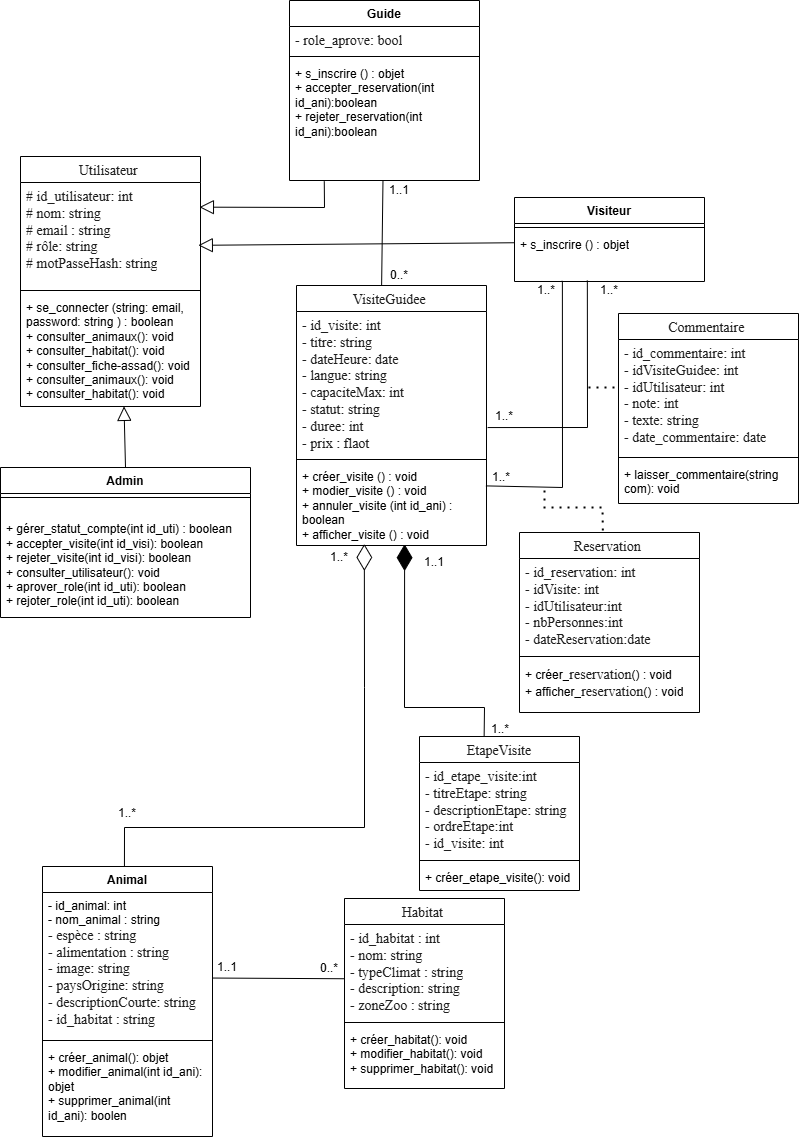
The draw.io diagram Modilisation/Diagramm_de_classe.png in AZIZABADA10/ASSAD_V.0.0.2, before a commit. Source tidied: cells renumbered, new cells last; positions are measured from the earlier drawing's top-left corner, leaving out a move shared by most shapes.
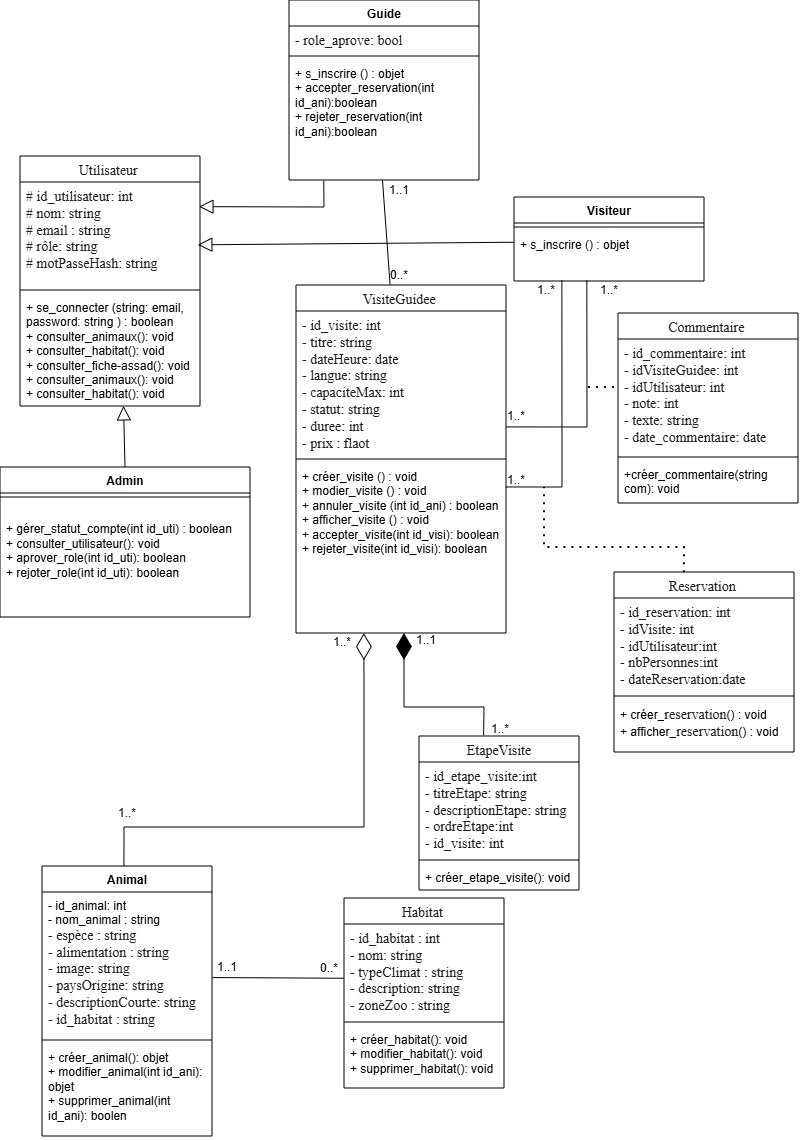
Above is the later version.

Commit message:
feat: creation du diagramme de classe

The edit, as a diff of the source:
```diff
@@ -13,7 +13,7 @@
     </mxCell>
-    <mxCell id="5" value="+ laisser_commentaire(string com): void" style="text;strokeColor=none;fillColor=none;align=left;verticalAlign=top;spacingLeft=4;spacingRight=4;overflow=hidden;whiteSpace=wrap;html=1;" parent="2" vertex="1">
-      <mxGeometry y="148" width="180" height="42" as="geometry" />
-    </mxCell>
+    <mxCell id="63" value="+créer_commentaire(string com): void" style="text;strokeColor=none;fillColor=none;align=left;verticalAlign=top;spacingLeft=4;spacingRight=4;overflow=hidden;whiteSpace=wrap;html=1;" parent="2" vertex="1">
+      <mxGeometry y="148" width="180" height="42" as="geometry" />
+    </mxCell>
     <mxCell id="6" value="&lt;span style=&quot;color: rgba(0, 0, 0, 0.88); font-family: &amp;quot;Nunito Sans&amp;quot;, &amp;quot;sans-serif&amp;quot;; font-size: 14px; font-weight: 400; text-align: start; background-color: rgb(255, 255, 255);&quot;&gt;Reservation&amp;nbsp;&lt;/span&gt;" style="swimlane;fontStyle=1;align=center;verticalAlign=top;horizontal=1;startSize=26;whiteSpace=wrap;html=1;" parent="1" vertex="1">
-      <mxGeometry x="519" y="532" width="180" height="180" as="geometry" />
+      <mxGeometry x="614" y="572" width="180" height="180" as="geometry" />
     </mxCell>
@@ -29,13 +29,13 @@
     <mxCell id="10" value="&lt;span style=&quot;color: rgba(0, 0, 0, 0.88); font-family: &amp;quot;Nunito Sans&amp;quot;, &amp;quot;sans-serif&amp;quot;; font-size: 14px; font-weight: 400; text-align: start; background-color: rgb(255, 255, 255);&quot;&gt;VisiteGuidee&amp;nbsp;&lt;/span&gt;" style="swimlane;fontStyle=1;align=center;verticalAlign=top;horizontal=1;startSize=26;whiteSpace=wrap;html=1;" parent="1" vertex="1">
-      <mxGeometry x="296" y="285" width="190" height="260" as="geometry" />
+      <mxGeometry x="296" y="285" width="210" height="348" as="geometry" />
     </mxCell>
     <mxCell id="11" value="&lt;span style=&quot;color: rgba(0, 0, 0, 0.88); font-family: &amp;quot;Nunito Sans&amp;quot;, &amp;quot;sans-serif&amp;quot;; font-size: 14px; background-color: rgb(255, 255, 255);&quot;&gt;- id_visite: int&lt;br&gt;- titre: string&lt;br&gt;- dateHeure: date&lt;br&gt;&lt;/span&gt;&lt;span style=&quot;background-color: rgb(255, 255, 255); color: rgba(0, 0, 0, 0.88); font-family: &amp;quot;Nunito Sans&amp;quot;, &amp;quot;sans-serif&amp;quot;; font-size: 14px;&quot;&gt;- langue: string&lt;br&gt;- capaciteMax: int&lt;br&gt;- statut: string&lt;br&gt;- duree: int&lt;br&gt;- prix : flaot&lt;/span&gt;" style="text;strokeColor=none;fillColor=none;align=left;verticalAlign=top;spacingLeft=4;spacingRight=4;overflow=hidden;points=[[0,0.5],[1,0.5]];portConstraint=eastwest;whiteSpace=wrap;html=1;" parent="10" vertex="1">
-      <mxGeometry y="26" width="190" height="144" as="geometry" />
+      <mxGeometry y="26" width="210" height="144" as="geometry" />
     </mxCell>
-    <mxCell id="12" style="line;strokeWidth=1;fillColor=none;align=left;verticalAlign=middle;spacingTop=-1;spacingLeft=3;spacingRight=3;labelPosition=right;strokeColor=inherit;" parent="10" vertex="1">
-      <mxGeometry y="170" width="190" height="8" as="geometry" />
-    </mxCell>
-    <mxCell id="13" value="+ créer_visite () : void&lt;div&gt;+ modier_visite () : void&lt;div&gt;&lt;/div&gt;&lt;div&gt;&lt;div&gt;+ annuler_visite (&lt;span style=&quot;background-color: transparent; color: light-dark(rgb(0, 0, 0), rgb(255, 255, 255));&quot;&gt;int id_ani&lt;/span&gt;&lt;span style=&quot;background-color: transparent; color: light-dark(rgb(0, 0, 0), rgb(255, 255, 255));&quot;&gt;) : boolean&lt;/span&gt;&lt;/div&gt;&lt;div&gt;&lt;div&gt;&lt;/div&gt;&lt;/div&gt;&lt;div&gt;&lt;span style=&quot;background-color: transparent; color: light-dark(rgb(0, 0, 0), rgb(255, 255, 255));&quot;&gt;+ afficher_visite () : void&lt;/span&gt;&lt;/div&gt;&lt;div&gt;&lt;div&gt;&lt;br&gt;&lt;/div&gt;&lt;/div&gt;&lt;/div&gt;&lt;div&gt;&lt;div&gt;&lt;/div&gt;&lt;/div&gt;&lt;/div&gt;" style="text;strokeColor=none;fillColor=none;align=left;verticalAlign=top;spacingLeft=4;spacingRight=4;overflow=hidden;points=[[0,0.5],[1,0.5]];portConstraint=eastwest;whiteSpace=wrap;html=1;" parent="10" vertex="1">
-      <mxGeometry y="178" width="190" height="82" as="geometry" />
-    </mxCell>
+    <mxCell id="64" style="line;strokeWidth=1;fillColor=none;align=left;verticalAlign=middle;spacingTop=-1;spacingLeft=3;spacingRight=3;labelPosition=right;strokeColor=inherit;" parent="10" vertex="1">
+      <mxGeometry y="170" width="210" height="8" as="geometry" />
+    </mxCell>
+    <mxCell id="65" value="+ créer_visite () : void&lt;div&gt;+ modier_visite () : void&lt;div&gt;&lt;/div&gt;&lt;div&gt;&lt;div&gt;+ annuler_visite (&lt;span style=&quot;background-color: transparent; color: light-dark(rgb(0, 0, 0), rgb(255, 255, 255));&quot;&gt;int id_ani&lt;/span&gt;&lt;span style=&quot;background-color: transparent; color: light-dark(rgb(0, 0, 0), rgb(255, 255, 255));&quot;&gt;) : boolean&lt;/span&gt;&lt;/div&gt;&lt;div&gt;&lt;div&gt;&lt;/div&gt;&lt;/div&gt;&lt;div&gt;&lt;span style=&quot;background-color: transparent; color: light-dark(rgb(0, 0, 0), rgb(255, 255, 255));&quot;&gt;+ afficher_visite () : void&lt;/span&gt;&lt;/div&gt;&lt;div&gt;&lt;div&gt;+ accepter_visite(&lt;span style=&quot;background-color: transparent; color: light-dark(rgb(0, 0, 0), rgb(255, 255, 255));&quot;&gt;int id_visi&lt;/span&gt;&lt;span style=&quot;background-color: transparent; color: light-dark(rgb(0, 0, 0), rgb(255, 255, 255));&quot;&gt;): boolean&lt;/span&gt;&lt;/div&gt;&lt;div&gt;+ rejeter_visite(&lt;span style=&quot;background-color: transparent; color: light-dark(rgb(0, 0, 0), rgb(255, 255, 255));&quot;&gt;int id_visi&lt;/span&gt;&lt;span style=&quot;background-color: transparent; color: light-dark(rgb(0, 0, 0), rgb(255, 255, 255));&quot;&gt;):&amp;nbsp;&lt;/span&gt;&lt;span style=&quot;background-color: transparent; color: light-dark(rgb(0, 0, 0), rgb(255, 255, 255));&quot;&gt;boolean&lt;/span&gt;&lt;/div&gt;&lt;/div&gt;&lt;div&gt;&lt;div&gt;&lt;br&gt;&lt;/div&gt;&lt;/div&gt;&lt;/div&gt;&lt;div&gt;&lt;div&gt;&lt;/div&gt;&lt;/div&gt;&lt;/div&gt;" style="text;strokeColor=none;fillColor=none;align=left;verticalAlign=top;spacingLeft=4;spacingRight=4;overflow=hidden;points=[[0,0.5],[1,0.5]];portConstraint=eastwest;whiteSpace=wrap;html=1;" parent="10" vertex="1">
+      <mxGeometry y="178" width="210" height="170" as="geometry" />
+    </mxCell>
     <mxCell id="14" value="&lt;span style=&quot;color: rgba(0, 0, 0, 0.88); font-family: &amp;quot;Nunito Sans&amp;quot;, &amp;quot;sans-serif&amp;quot;; font-size: 14px; font-weight: 400; text-align: start; background-color: rgb(255, 255, 255);&quot;&gt;EtapeVisite&lt;/span&gt;" style="swimlane;fontStyle=1;align=center;verticalAlign=top;horizontal=1;startSize=26;whiteSpace=wrap;html=1;" parent="1" vertex="1">
@@ -46,5 +46,5 @@
     </mxCell>
-    <mxCell id="16" style="line;strokeWidth=1;fillColor=none;align=left;verticalAlign=middle;spacingTop=-1;spacingLeft=3;spacingRight=3;labelPosition=right;strokeColor=inherit;" parent="14" vertex="1">
-      <mxGeometry y="120" width="160" height="8" as="geometry" />
-    </mxCell>
+    <mxCell id="66" style="line;strokeWidth=1;fillColor=none;align=left;verticalAlign=middle;spacingTop=-1;spacingLeft=3;spacingRight=3;labelPosition=right;strokeColor=inherit;" parent="14" vertex="1">
+      <mxGeometry y="120" width="160" height="8" as="geometry" />
+    </mxCell>
     <mxCell id="17" value="&lt;div&gt;+ créer_etape_visite(): void&lt;/div&gt;&lt;div&gt;&lt;br&gt;&lt;/div&gt;" style="text;strokeColor=none;fillColor=none;align=left;verticalAlign=top;spacingLeft=4;spacingRight=4;overflow=hidden;whiteSpace=wrap;html=1;" parent="14" vertex="1">
@@ -70,5 +70,5 @@
     </mxCell>
-    <mxCell id="24" value="&lt;div&gt;&lt;br&gt;&lt;/div&gt;&lt;div&gt;+ gérer_statut_compte(&lt;span style=&quot;background-color: transparent; color: light-dark(rgb(0, 0, 0), rgb(255, 255, 255));&quot;&gt;int id_uti&lt;/span&gt;&lt;span style=&quot;background-color: transparent; color: light-dark(rgb(0, 0, 0), rgb(255, 255, 255));&quot;&gt;) : boolean&lt;/span&gt;&lt;/div&gt;&lt;div&gt;&lt;div&gt;&lt;div&gt;+ accepter_visite(&lt;span style=&quot;background-color: transparent; color: light-dark(rgb(0, 0, 0), rgb(255, 255, 255));&quot;&gt;int id_visi&lt;/span&gt;&lt;span style=&quot;background-color: transparent; color: light-dark(rgb(0, 0, 0), rgb(255, 255, 255));&quot;&gt;): boolean&lt;/span&gt;&lt;/div&gt;&lt;/div&gt;&lt;div&gt;&lt;div&gt;+ rejeter_visite(&lt;span style=&quot;background-color: transparent; color: light-dark(rgb(0, 0, 0), rgb(255, 255, 255));&quot;&gt;int id_visi&lt;/span&gt;&lt;span style=&quot;background-color: transparent; color: light-dark(rgb(0, 0, 0), rgb(255, 255, 255));&quot;&gt;):&amp;nbsp;&lt;/span&gt;&lt;span style=&quot;background-color: transparent; color: light-dark(rgb(0, 0, 0), rgb(255, 255, 255));&quot;&gt;boolean&lt;/span&gt;&lt;/div&gt;&lt;div&gt;+ consulter_utilisateur(): void&lt;br&gt;&lt;span style=&quot;background-color: transparent; color: light-dark(rgb(0, 0, 0), rgb(255, 255, 255));&quot;&gt;+ aprover_role(&lt;/span&gt;&lt;span style=&quot;background-color: transparent; color: light-dark(rgb(0, 0, 0), rgb(255, 255, 255));&quot;&gt;int id_uti&lt;/span&gt;&lt;span style=&quot;background-color: transparent; color: light-dark(rgb(0, 0, 0), rgb(255, 255, 255));&quot;&gt;):&amp;nbsp;&lt;/span&gt;&lt;span style=&quot;background-color: transparent; color: light-dark(rgb(0, 0, 0), rgb(255, 255, 255));&quot;&gt;boolean&lt;/span&gt;&lt;/div&gt;&lt;div&gt;&lt;span style=&quot;background-color: transparent; color: light-dark(rgb(0, 0, 0), rgb(255, 255, 255));&quot;&gt;+ rejoter_role(&lt;/span&gt;&lt;span style=&quot;background-color: transparent; color: light-dark(rgb(0, 0, 0), rgb(255, 255, 255));&quot;&gt;int id_uti&lt;/span&gt;&lt;span style=&quot;background-color: transparent; color: light-dark(rgb(0, 0, 0), rgb(255, 255, 255));&quot;&gt;):&amp;nbsp;&lt;/span&gt;&lt;span style=&quot;background-color: transparent; color: light-dark(rgb(0, 0, 0), rgb(255, 255, 255));&quot;&gt;boolean&lt;/span&gt;&lt;/div&gt;&lt;/div&gt;&lt;/div&gt;" style="text;strokeColor=none;fillColor=none;align=left;verticalAlign=top;spacingLeft=4;spacingRight=4;overflow=hidden;whiteSpace=wrap;html=1;" parent="22" vertex="1">
-      <mxGeometry y="34" width="250" height="116" as="geometry" />
-    </mxCell>
+    <mxCell id="67" value="&lt;div&gt;&lt;br&gt;&lt;/div&gt;&lt;div&gt;+ gérer_statut_compte(&lt;span style=&quot;background-color: transparent; color: light-dark(rgb(0, 0, 0), rgb(255, 255, 255));&quot;&gt;int id_uti&lt;/span&gt;&lt;span style=&quot;background-color: transparent; color: light-dark(rgb(0, 0, 0), rgb(255, 255, 255));&quot;&gt;) : boolean&lt;/span&gt;&lt;/div&gt;&lt;div&gt;&lt;div&gt;&lt;div&gt;+ consulter_utilisateur(): void&lt;br&gt;&lt;span style=&quot;background-color: transparent; color: light-dark(rgb(0, 0, 0), rgb(255, 255, 255));&quot;&gt;+ aprover_role(&lt;/span&gt;&lt;span style=&quot;background-color: transparent; color: light-dark(rgb(0, 0, 0), rgb(255, 255, 255));&quot;&gt;int id_uti&lt;/span&gt;&lt;span style=&quot;background-color: transparent; color: light-dark(rgb(0, 0, 0), rgb(255, 255, 255));&quot;&gt;):&amp;nbsp;&lt;/span&gt;&lt;span style=&quot;background-color: transparent; color: light-dark(rgb(0, 0, 0), rgb(255, 255, 255));&quot;&gt;boolean&lt;/span&gt;&lt;/div&gt;&lt;div&gt;&lt;span style=&quot;background-color: transparent; color: light-dark(rgb(0, 0, 0), rgb(255, 255, 255));&quot;&gt;+ rejoter_role(&lt;/span&gt;&lt;span style=&quot;background-color: transparent; color: light-dark(rgb(0, 0, 0), rgb(255, 255, 255));&quot;&gt;int id_uti&lt;/span&gt;&lt;span style=&quot;background-color: transparent; color: light-dark(rgb(0, 0, 0), rgb(255, 255, 255));&quot;&gt;):&amp;nbsp;&lt;/span&gt;&lt;span style=&quot;background-color: transparent; color: light-dark(rgb(0, 0, 0), rgb(255, 255, 255));&quot;&gt;boolean&lt;/span&gt;&lt;/div&gt;&lt;/div&gt;&lt;/div&gt;" style="text;strokeColor=none;fillColor=none;align=left;verticalAlign=top;spacingLeft=4;spacingRight=4;overflow=hidden;whiteSpace=wrap;html=1;" parent="22" vertex="1">
+      <mxGeometry y="34" width="250" height="116" as="geometry" />
+    </mxCell>
     <mxCell id="25" value="Guide" style="swimlane;fontStyle=1;align=center;verticalAlign=top;horizontal=1;startSize=26;whiteSpace=wrap;html=1;" parent="1" vertex="1">
@@ -119,9 +119,9 @@
     </mxCell>
-    <mxCell id="39" style="endArrow=none;html=1;rounded=0;entryX=0.252;entryY=0.987;entryDx=0;entryDy=0;exitX=0.997;exitY=0.273;exitDx=0;exitDy=0;entryPerimeter=0;exitPerimeter=0;" parent="1" edge="1" source="13" target="31">
-      <mxGeometry relative="1" as="geometry">
-        <Array as="points">
-          <mxPoint x="562" y="487" />
-        </Array>
-      </mxGeometry>
-    </mxCell>
+    <mxCell id="68" style="endArrow=none;html=1;rounded=0;entryX=0.252;entryY=0.987;entryDx=0;entryDy=0;entryPerimeter=0;exitX=0.999;exitY=0.141;exitDx=0;exitDy=0;exitPerimeter=0;" parent="1" edge="1" source="65" target="31">
+      <mxGeometry relative="1" as="geometry">
+        <Array as="points">
+          <mxPoint x="562" y="487" />
+        </Array>
+      </mxGeometry>
+    </mxCell>
     <mxCell id="40" style="endArrow=none;html=1;rounded=0;entryX=-0.001;entryY=0.577;entryDx=0;entryDy=0;exitX=1.002;exitY=0.594;exitDx=0;exitDy=0;exitPerimeter=0;entryPerimeter=0;" parent="1" edge="1" source="51" target="55">
@@ -135,19 +135,20 @@
     </mxCell>
-    <mxCell id="43" style="endArrow=diamondThin;endFill=1;endSize=24;html=1;rounded=0;entryX=0.569;entryY=0.984;entryDx=0;entryDy=0;exitX=0.404;exitY=-0.005;exitDx=0;exitDy=0;exitPerimeter=0;entryPerimeter=0;" parent="1" edge="1" source="14" target="13">
-      <mxGeometry relative="1" as="geometry">
-        <Array as="points">
-          <mxPoint x="484" y="707" />
-          <mxPoint x="404" y="707" />
-        </Array>
-      </mxGeometry>
-    </mxCell>
-    <mxCell id="44" style="endArrow=none;dashed=1;html=1;dashPattern=1 3;strokeWidth=2;rounded=0;exitX=0.463;exitY=-0.011;exitDx=0;exitDy=0;exitPerimeter=0;" parent="1" edge="1" source="6">
-      <mxGeometry relative="1" as="geometry">
-        <mxPoint x="544" y="487" as="targetPoint" />
-        <Array as="points">
-          <mxPoint x="602" y="507" />
-          <mxPoint x="544" y="507" />
-        </Array>
-      </mxGeometry>
-    </mxCell>
+    <mxCell id="69" style="endArrow=diamondThin;endFill=1;endSize=24;html=1;rounded=0;exitX=0.404;exitY=-0.005;exitDx=0;exitDy=0;exitPerimeter=0;entryX=0.514;entryY=1;entryDx=0;entryDy=0;entryPerimeter=0;" parent="1" edge="1" source="14" target="65">
+      <mxGeometry relative="1" as="geometry">
+        <Array as="points">
+          <mxPoint x="484" y="707" />
+          <mxPoint x="404" y="707" />
+        </Array>
+      </mxGeometry>
+    </mxCell>
+    <mxCell id="70" style="endArrow=none;dashed=1;html=1;dashPattern=1 3;strokeWidth=2;rounded=0;exitX=0.388;exitY=0.002;exitDx=0;exitDy=0;exitPerimeter=0;" parent="1" edge="1" source="6">
+      <mxGeometry relative="1" as="geometry">
+        <mxPoint x="544" y="487" as="targetPoint" />
+        <Array as="points">
+          <mxPoint x="684" y="547" />
+          <mxPoint x="602" y="547" />
+          <mxPoint x="544" y="547" />
+        </Array>
+      </mxGeometry>
+    </mxCell>
     <mxCell id="45" value="1..*" style="text;html=1;whiteSpace=wrap;strokeColor=none;fillColor=none;align=center;verticalAlign=middle;rounded=0;" parent="1" vertex="1">
@@ -155,23 +156,23 @@
     </mxCell>
-    <mxCell id="46" style="endArrow=diamondThin;endFill=0;endSize=24;html=1;rounded=0;exitX=0.482;exitY=0;exitDx=0;exitDy=0;exitPerimeter=0;entryX=0.357;entryY=0.981;entryDx=0;entryDy=0;entryPerimeter=0;" parent="1" edge="1" source="50" target="13">
-      <mxGeometry relative="1" as="geometry">
-        <Array as="points">
-          <mxPoint x="124" y="827" />
-          <mxPoint x="364" y="827" />
-          <mxPoint x="364" y="687" />
-        </Array>
-      </mxGeometry>
-    </mxCell>
-    <mxCell id="47" value="1..*" style="text;html=1;whiteSpace=wrap;strokeColor=none;fillColor=none;align=center;verticalAlign=middle;rounded=0;" parent="1" vertex="1">
-      <mxGeometry x="324" y="547" width="30" height="20" as="geometry" />
-    </mxCell>
-    <mxCell id="48" style="endArrow=none;dashed=1;html=1;dashPattern=1 3;strokeWidth=2;rounded=0;" parent="1" edge="1">
-      <mxGeometry relative="1" as="geometry">
-        <mxPoint x="614" y="387" as="sourcePoint" />
-        <mxPoint x="584" y="387" as="targetPoint" />
-      </mxGeometry>
-    </mxCell>
-    <mxCell id="49" value="1..*" style="text;html=1;whiteSpace=wrap;strokeColor=none;fillColor=none;align=center;verticalAlign=middle;rounded=0;" parent="1" vertex="1">
-      <mxGeometry x="486" y="467" width="30" height="20" as="geometry" />
-    </mxCell>
+    <mxCell id="71" style="endArrow=diamondThin;endFill=0;endSize=24;html=1;rounded=0;exitX=0.482;exitY=0;exitDx=0;exitDy=0;exitPerimeter=0;entryX=0.323;entryY=1.001;entryDx=0;entryDy=0;entryPerimeter=0;" parent="1" edge="1" source="50" target="65">
+      <mxGeometry relative="1" as="geometry">
+        <Array as="points">
+          <mxPoint x="124" y="827" />
+          <mxPoint x="364" y="827" />
+          <mxPoint x="364" y="687" />
+        </Array>
+      </mxGeometry>
+    </mxCell>
+    <mxCell id="72" value="1..*" style="text;html=1;whiteSpace=wrap;strokeColor=none;fillColor=none;align=center;verticalAlign=middle;rounded=0;" parent="1" vertex="1">
+      <mxGeometry x="327" y="632" width="30" height="20" as="geometry" />
+    </mxCell>
+    <mxCell id="73" style="endArrow=none;dashed=1;html=1;dashPattern=1 3;strokeWidth=2;rounded=0;" parent="1" edge="1">
+      <mxGeometry relative="1" as="geometry">
+        <mxPoint x="614" y="387" as="sourcePoint" />
+        <mxPoint x="584" y="387" as="targetPoint" />
+      </mxGeometry>
+    </mxCell>
+    <mxCell id="74" value="1..*" style="text;html=1;whiteSpace=wrap;strokeColor=none;fillColor=none;align=center;verticalAlign=middle;rounded=0;" parent="1" vertex="1">
+      <mxGeometry x="501" y="470" width="30" height="20" as="geometry" />
+    </mxCell>
     <mxCell id="50" value="Animal" style="swimlane;fontStyle=1;align=center;verticalAlign=top;horizontal=1;startSize=26;whiteSpace=wrap;html=1;" parent="1" vertex="1">
@@ -194,5 +195,5 @@
     </mxCell>
-    <mxCell id="56" style="line;strokeWidth=1;fillColor=none;align=left;verticalAlign=middle;spacingTop=-1;spacingLeft=3;spacingRight=3;labelPosition=right;strokeColor=inherit;" parent="54" vertex="1">
-      <mxGeometry y="120" width="160" height="8" as="geometry" />
-    </mxCell>
+    <mxCell id="75" style="line;strokeWidth=1;fillColor=none;align=left;verticalAlign=middle;spacingTop=-1;spacingLeft=3;spacingRight=3;labelPosition=right;strokeColor=inherit;" parent="54" vertex="1">
+      <mxGeometry y="120" width="160" height="8" as="geometry" />
+    </mxCell>
     <mxCell id="57" value="&lt;div&gt;+ créer_habitat(): void&lt;/div&gt;&lt;div&gt;&lt;div&gt;+ modifier_habitat(): void&lt;/div&gt;&lt;div&gt;+ supprimer_&lt;span style=&quot;background-color: transparent; color: light-dark(rgb(0, 0, 0), rgb(255, 255, 255));&quot;&gt;habitat&lt;/span&gt;&lt;span style=&quot;background-color: transparent; color: light-dark(rgb(0, 0, 0), rgb(255, 255, 255));&quot;&gt;(): void&lt;/span&gt;&lt;/div&gt;&lt;/div&gt;" style="text;strokeColor=none;fillColor=none;align=left;verticalAlign=top;spacingLeft=4;spacingRight=4;overflow=hidden;whiteSpace=wrap;html=1;" parent="54" vertex="1">
@@ -203,13 +204,13 @@
     </mxCell>
-    <mxCell id="59" style="endArrow=none;html=1;rounded=0;entryX=0.252;entryY=0.987;entryDx=0;entryDy=0;exitX=1.006;exitY=0.806;exitDx=0;exitDy=0;entryPerimeter=0;exitPerimeter=0;" parent="1" edge="1" source="11">
-      <mxGeometry relative="1" as="geometry">
-        <mxPoint x="586.8" y="280" as="targetPoint" />
-        <Array as="points">
-          <mxPoint x="587" y="427" />
-        </Array>
-      </mxGeometry>
-    </mxCell>
-    <mxCell id="60" value="1..*" style="text;html=1;whiteSpace=wrap;strokeColor=none;fillColor=none;align=center;verticalAlign=middle;rounded=0;" parent="1" vertex="1">
-      <mxGeometry x="489" y="406" width="30" height="20" as="geometry" />
-    </mxCell>
+    <mxCell id="76" style="endArrow=none;html=1;rounded=0;entryX=0.252;entryY=0.987;entryDx=0;entryDy=0;exitX=1.001;exitY=0.805;exitDx=0;exitDy=0;entryPerimeter=0;exitPerimeter=0;" parent="1" edge="1" source="11">
+      <mxGeometry relative="1" as="geometry">
+        <mxPoint x="586.8" y="280" as="targetPoint" />
+        <Array as="points">
+          <mxPoint x="587" y="427" />
+        </Array>
+      </mxGeometry>
+    </mxCell>
+    <mxCell id="77" value="1..*" style="text;html=1;whiteSpace=wrap;strokeColor=none;fillColor=none;align=center;verticalAlign=middle;rounded=0;" parent="1" vertex="1">
+      <mxGeometry x="501" y="406" width="30" height="20" as="geometry" />
+    </mxCell>
     <mxCell id="61" value="1..*" style="text;html=1;whiteSpace=wrap;strokeColor=none;fillColor=none;align=center;verticalAlign=middle;rounded=0;" parent="1" vertex="1">
@@ -218,3 +219,3 @@
     <mxCell id="62" value="1..1" style="text;html=1;whiteSpace=wrap;strokeColor=none;fillColor=none;align=center;verticalAlign=middle;rounded=0;" parent="1" vertex="1">
-      <mxGeometry x="419" y="557" width="30" height="10" as="geometry" />
+      <mxGeometry x="411" y="635" width="30" height="10" as="geometry" />
     </mxCell>
```
